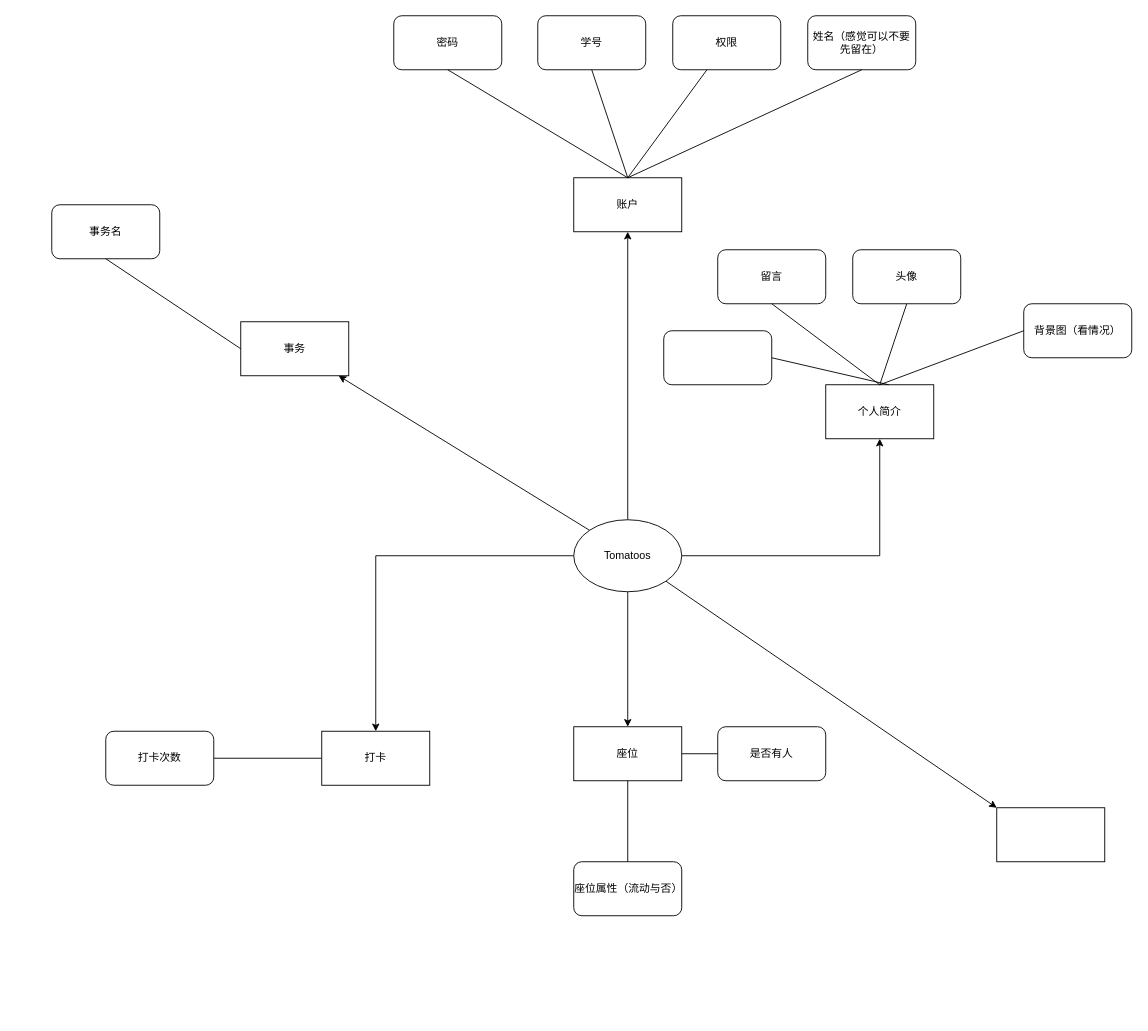
The draw.io diagram 数据设计图.drawio in woshilaixuex/Tomatoos, before the edit. Source tidied: cells renumbered, new cells numbered last; positions are measured from the earlier drawing's top-left corner, leaving out a move shared by most shapes. Both pictures are drawn from the tidied source at 90%, with x=0, y=0 at pixel (51, 15).
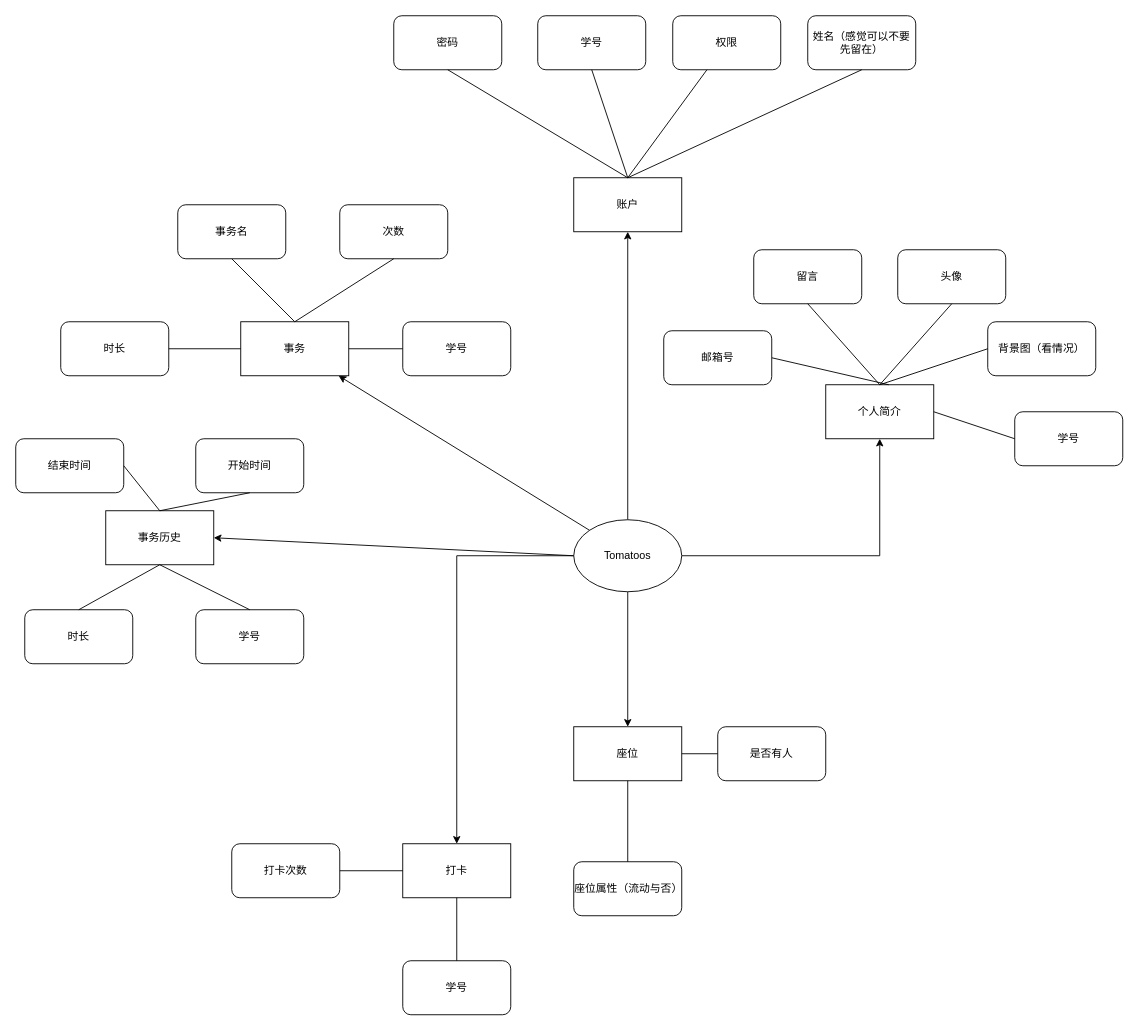
Above is the later version.

Commit message:
更新数据设计图第二版.drawio

Unchanged cells that the change refers to:
```xml
<mxCell id="6" value="Tomatoos" style="ellipse;whiteSpace=wrap;html=1;" parent="1" vertex="1">
  <mxGeometry x="580" y="560" width="120" height="80" as="geometry" />
</mxCell>
<mxCell id="8" value="个人简介" style="whiteSpace=wrap;html=1;" parent="1" vertex="1">
  <mxGeometry x="860" y="410" width="120" height="60" as="geometry" />
</mxCell>
<mxCell id="11" value="事务" style="rounded=0;whiteSpace=wrap;html=1;" parent="1" vertex="1">
  <mxGeometry x="210" y="340" width="120" height="60" as="geometry" />
</mxCell>
```

Change to the diagram source:
```diff
@@
     <mxCell id="10" value="打卡" style="whiteSpace=wrap;html=1;" parent="1" vertex="1">
-      <mxGeometry x="300" y="795" width="120" height="60" as="geometry" />
+      <mxGeometry x="390" y="920" width="120" height="60" as="geometry" />
     </mxCell>
@@
-    <mxCell id="13" style="rounded=0;whiteSpace=wrap;html=1;" parent="1" vertex="1">
-      <mxGeometry x="1050" y="880" width="120" height="60" as="geometry" />
+    <mxCell id="13" value="事务历史" style="rounded=0;whiteSpace=wrap;html=1;" parent="1" vertex="1">
+      <mxGeometry x="60" y="550" width="120" height="60" as="geometry" />
     </mxCell>
-    <mxCell id="14" style="endArrow=classic;html=1;rounded=0;exitX=1;exitY=1;exitDx=0;exitDy=0;entryX=0;entryY=0;entryDx=0;entryDy=0;" parent="1" edge="1" source="6" target="13">
+    <mxCell id="14" style="endArrow=classic;html=1;rounded=0;exitX=0;exitY=0.5;exitDx=0;exitDy=0;entryX=1;entryY=0.5;entryDx=0;entryDy=0;" parent="1" edge="1" source="6" target="13">
       <mxGeometry relative="1" as="geometry" />
     </mxCell>
@@
     <mxCell id="23" value="留言" style="rounded=1;whiteSpace=wrap;html=1;" parent="1" vertex="1">
-      <mxGeometry x="740" y="260" width="120" height="60" as="geometry" />
+      <mxGeometry x="780" y="260" width="120" height="60" as="geometry" />
     </mxCell>
     <mxCell id="24" value="头像" style="rounded=1;whiteSpace=wrap;html=1;" parent="1" vertex="1">
-      <mxGeometry x="890" y="260" width="120" height="60" as="geometry" />
+      <mxGeometry x="940" y="260" width="120" height="60" as="geometry" />
     </mxCell>
     <mxCell id="25" value="背景图（看情况）" style="rounded=1;whiteSpace=wrap;html=1;" parent="1" vertex="1">
-      <mxGeometry x="1080" y="320" width="120" height="60" as="geometry" />
+      <mxGeometry x="1040" y="340" width="120" height="60" as="geometry" />
     </mxCell>
@@
-    <mxCell id="30" style="rounded=1;whiteSpace=wrap;html=1;" parent="1" vertex="1">
+    <mxCell id="30" value="邮箱号" style="rounded=1;whiteSpace=wrap;html=1;" parent="1" vertex="1">
       <mxGeometry x="680" y="350" width="120" height="60" as="geometry" />
     </mxCell>
     <mxCell id="31" value="事务名" style="rounded=1;whiteSpace=wrap;html=1;" parent="1" vertex="1">
-      <mxGeometry y="210" width="120" height="60" as="geometry" />
+      <mxGeometry x="140" y="210" width="120" height="60" as="geometry" />
     </mxCell>
-    <mxCell id="32" style="endArrow=none;html=1;rounded=0;entryX=0.5;entryY=1;entryDx=0;entryDy=0;exitX=0;exitY=0.5;exitDx=0;exitDy=0;" parent="1" edge="1" source="11" target="31">
+    <mxCell id="32" style="endArrow=none;html=1;rounded=0;entryX=0.5;entryY=1;entryDx=0;entryDy=0;exitX=0.5;exitY=0;exitDx=0;exitDy=0;" parent="1" edge="1" source="11" target="31">
       <mxGeometry relative="1" as="geometry" />
     </mxCell>
-    <mxCell id="33" style="endArrow=none;html=1;rounded=0;entryX=0;entryY=0.5;entryDx=0;entryDy=0;" parent="1" edge="1" target="10">
-      <mxGeometry relative="1" as="geometry">
-        <mxPoint x="180" y="825" as="sourcePoint" />
-      </mxGeometry>
+    <mxCell id="33" style="endArrow=none;html=1;rounded=0;entryX=0;entryY=0.5;entryDx=0;entryDy=0;exitX=1;exitY=0.5;exitDx=0;exitDy=0;" parent="1" edge="1" source="34" target="10">
+      <mxGeometry relative="1" as="geometry" />
     </mxCell>
     <mxCell id="34" value="打卡次数" style="rounded=1;whiteSpace=wrap;html=1;" parent="1" vertex="1">
-      <mxGeometry x="60" y="795" width="120" height="60" as="geometry" />
+      <mxGeometry x="200" y="920" width="120" height="60" as="geometry" />
     </mxCell>
@@
+    <mxCell id="39" value="时长" style="rounded=1;whiteSpace=wrap;html=1;" parent="1" vertex="1">
+      <mxGeometry x="10" y="340" width="120" height="60" as="geometry" />
+    </mxCell>
+    <mxCell id="40" style="endArrow=none;html=1;rounded=0;entryX=0;entryY=0.5;entryDx=0;entryDy=0;exitX=1;exitY=0.5;exitDx=0;exitDy=0;" parent="1" edge="1" source="39" target="11">
+      <mxGeometry relative="1" as="geometry" />
+    </mxCell>
+    <mxCell id="41" value="次数" style="rounded=1;whiteSpace=wrap;html=1;" parent="1" vertex="1">
+      <mxGeometry x="320" y="210" width="120" height="60" as="geometry" />
+    </mxCell>
+    <mxCell id="42" style="endArrow=none;html=1;rounded=0;entryX=0.5;entryY=1;entryDx=0;entryDy=0;exitX=0.5;exitY=0;exitDx=0;exitDy=0;" parent="1" edge="1" source="11" target="41">
+      <mxGeometry relative="1" as="geometry" />
+    </mxCell>
+    <mxCell id="43" value="开始时间" style="rounded=1;whiteSpace=wrap;html=1;" parent="1" vertex="1">
+      <mxGeometry x="160" y="470" width="120" height="60" as="geometry" />
+    </mxCell>
+    <mxCell id="44" style="endArrow=none;html=1;rounded=0;entryX=0.5;entryY=1;entryDx=0;entryDy=0;exitX=0.5;exitY=0;exitDx=0;exitDy=0;" parent="1" edge="1" source="13" target="43">
+      <mxGeometry relative="1" as="geometry" />
+    </mxCell>
+    <mxCell id="45" value="时长" style="rounded=1;whiteSpace=wrap;html=1;" parent="1" vertex="1">
+      <mxGeometry x="-30" y="660" width="120" height="60" as="geometry" />
+    </mxCell>
+    <mxCell id="46" style="endArrow=none;html=1;rounded=0;entryX=0.5;entryY=1;entryDx=0;entryDy=0;exitX=0.5;exitY=0;exitDx=0;exitDy=0;" parent="1" edge="1" source="45" target="13">
+      <mxGeometry relative="1" as="geometry" />
+    </mxCell>
+    <mxCell id="47" value="学号&lt;br&gt;" style="rounded=1;whiteSpace=wrap;html=1;" parent="1" vertex="1">
+      <mxGeometry x="160" y="660" width="120" height="60" as="geometry" />
+    </mxCell>
+    <mxCell id="48" style="endArrow=none;html=1;rounded=0;entryX=0.5;entryY=1;entryDx=0;entryDy=0;exitX=0.5;exitY=0;exitDx=0;exitDy=0;" parent="1" edge="1" source="47" target="13">
+      <mxGeometry relative="1" as="geometry" />
+    </mxCell>
+    <mxCell id="49" value="学号" style="rounded=1;whiteSpace=wrap;html=1;" parent="1" vertex="1">
+      <mxGeometry x="390" y="340" width="120" height="60" as="geometry" />
+    </mxCell>
+    <mxCell id="50" style="endArrow=none;html=1;rounded=0;entryX=0;entryY=0.5;entryDx=0;entryDy=0;" parent="1" edge="1" source="11" target="49">
+      <mxGeometry relative="1" as="geometry" />
+    </mxCell>
+    <mxCell id="51" value="学号" style="rounded=1;whiteSpace=wrap;html=1;" parent="1" vertex="1">
+      <mxGeometry x="390" y="1050" width="120" height="60" as="geometry" />
+    </mxCell>
+    <mxCell id="52" style="endArrow=none;html=1;rounded=0;entryX=0.5;entryY=1;entryDx=0;entryDy=0;exitX=0.5;exitY=0;exitDx=0;exitDy=0;" parent="1" edge="1" source="51" target="10">
+      <mxGeometry relative="1" as="geometry" />
+    </mxCell>
+    <mxCell id="53" value="学号" style="rounded=1;whiteSpace=wrap;html=1;" parent="1" vertex="1">
+      <mxGeometry x="1070" y="440" width="120" height="60" as="geometry" />
+    </mxCell>
+    <mxCell id="54" style="endArrow=none;html=1;rounded=0;entryX=0;entryY=0.5;entryDx=0;entryDy=0;exitX=1;exitY=0.5;exitDx=0;exitDy=0;" parent="1" edge="1" source="8" target="53">
+      <mxGeometry relative="1" as="geometry" />
+    </mxCell>
+    <mxCell id="55" value="结束时间" style="rounded=1;whiteSpace=wrap;html=1;" parent="1" vertex="1">
+      <mxGeometry x="-40" y="470" width="120" height="60" as="geometry" />
+    </mxCell>
+    <mxCell id="56" style="endArrow=none;html=1;rounded=0;entryX=1;entryY=0.5;entryDx=0;entryDy=0;exitX=0.5;exitY=0;exitDx=0;exitDy=0;" parent="1" edge="1" source="13" target="55">
+      <mxGeometry relative="1" as="geometry" />
+    </mxCell>
```
